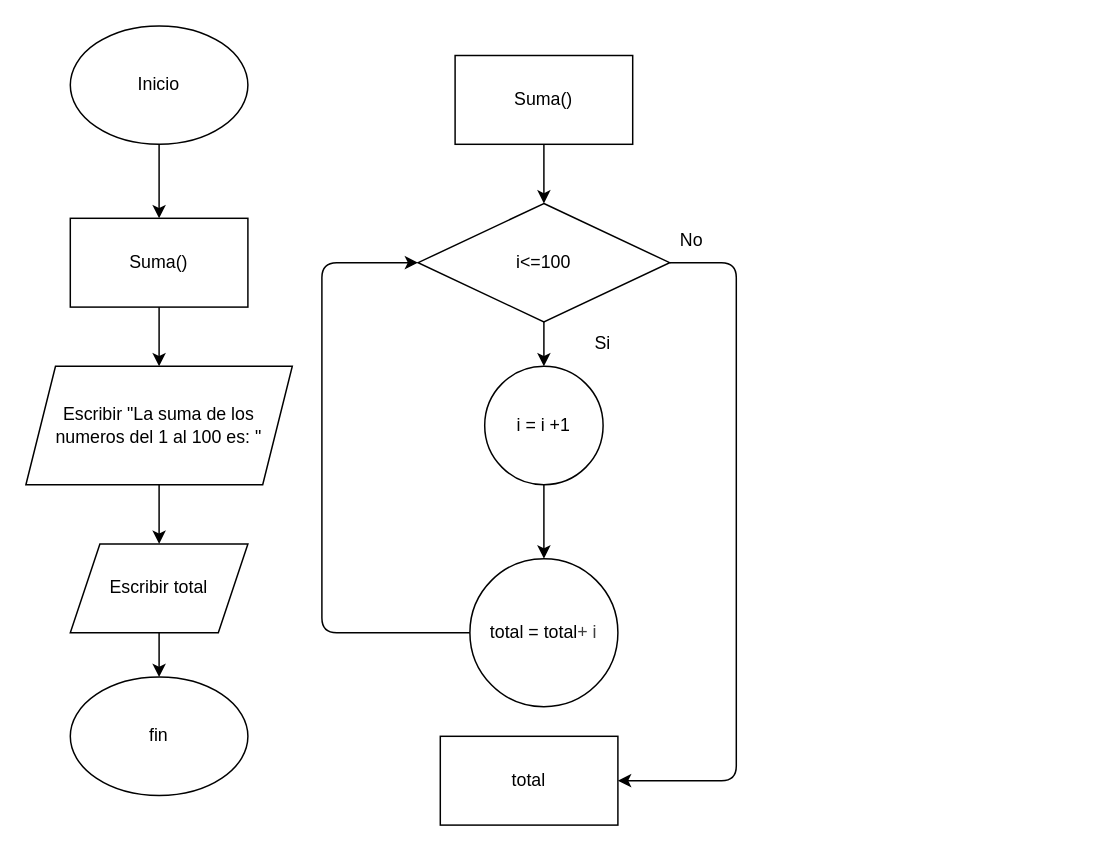
This is 1.Modelado_en_Orientado_a_Objetos/Paradigmas_Imperativos/Numeros_1-100/Numeros1-100.drawio from EmilioGomezBreschi/Poo_CUCEI, a draw.io file, before an edit. Source tidied: cells renumbered, new cells numbered last; positions are measured from the earlier drawing's top-left corner, leaving out a move shared by most shapes. Both pictures are drawn from the tidied source at 148%, with x=0, y=0 at pixel (25, 25).
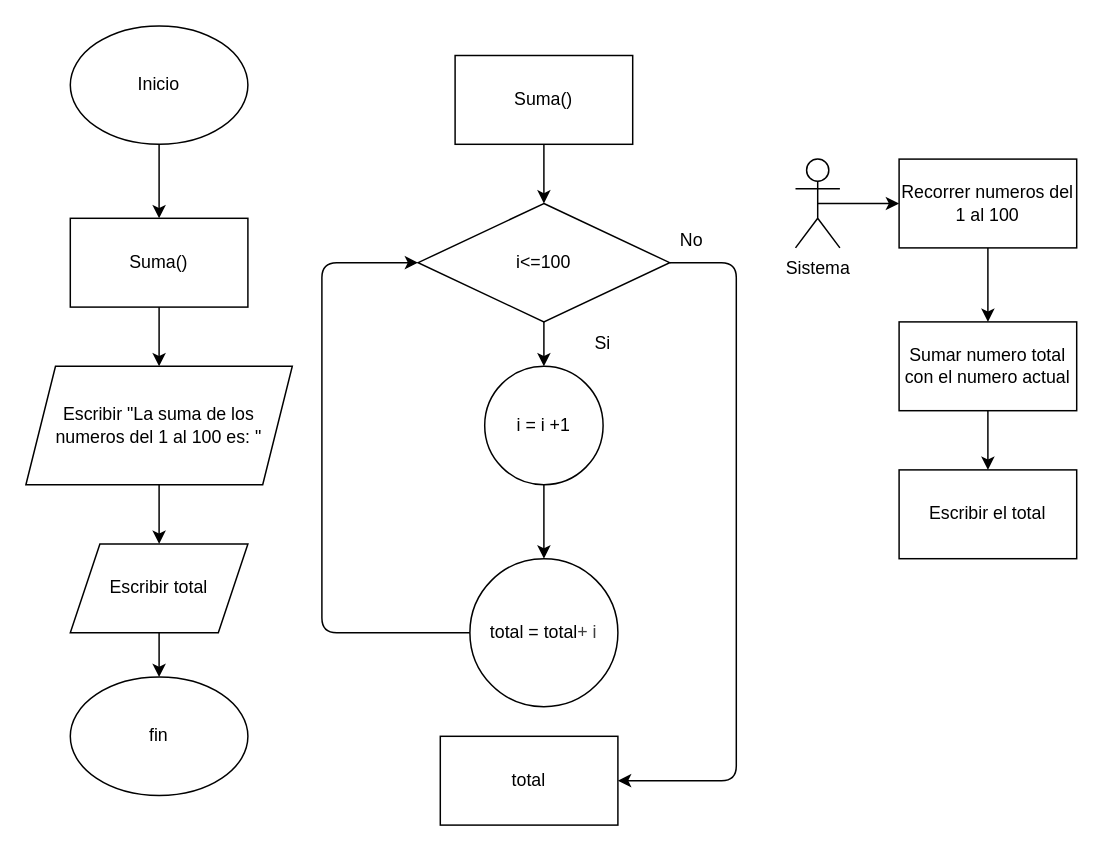
Above is the later version.

Change to the diagram source:
```diff
@@
+    <mxCell id="23" style="edgeStyle=none;html=1;exitX=0.5;exitY=0.5;exitDx=0;exitDy=0;exitPerimeter=0;" parent="1" edge="1" source="24">
+      <mxGeometry relative="1" as="geometry">
+        <mxPoint x="590" y="120" as="targetPoint" />
+      </mxGeometry>
+    </mxCell>
+    <mxCell id="24" value="Sistema&lt;div&gt;&lt;br&gt;&lt;/div&gt;" style="shape=umlActor;verticalLabelPosition=bottom;verticalAlign=top;html=1;outlineConnect=0;" parent="1" vertex="1">
+      <mxGeometry x="520" y="90" width="30" height="60" as="geometry" />
+    </mxCell>
+    <mxCell id="25" style="edgeStyle=none;html=1;exitX=0.5;exitY=1;exitDx=0;exitDy=0;entryX=0.5;entryY=0;entryDx=0;entryDy=0;" parent="1" edge="1" source="26" target="28">
+      <mxGeometry relative="1" as="geometry" />
+    </mxCell>
+    <mxCell id="26" value="Recorrer numeros del 1 al 100" style="rounded=0;whiteSpace=wrap;html=1;" parent="1" vertex="1">
+      <mxGeometry x="590" y="90" width="120" height="60" as="geometry" />
+    </mxCell>
+    <mxCell id="27" style="edgeStyle=none;html=1;exitX=0.5;exitY=1;exitDx=0;exitDy=0;entryX=0.5;entryY=0;entryDx=0;entryDy=0;" parent="1" edge="1" source="28" target="29">
+      <mxGeometry relative="1" as="geometry" />
+    </mxCell>
+    <mxCell id="28" value="Sumar numero total con el numero actual" style="rounded=0;whiteSpace=wrap;html=1;" parent="1" vertex="1">
+      <mxGeometry x="590" y="200" width="120" height="60" as="geometry" />
+    </mxCell>
+    <mxCell id="29" value="Escribir el total" style="rounded=0;whiteSpace=wrap;html=1;" parent="1" vertex="1">
+      <mxGeometry x="590" y="300" width="120" height="60" as="geometry" />
+    </mxCell>
```
